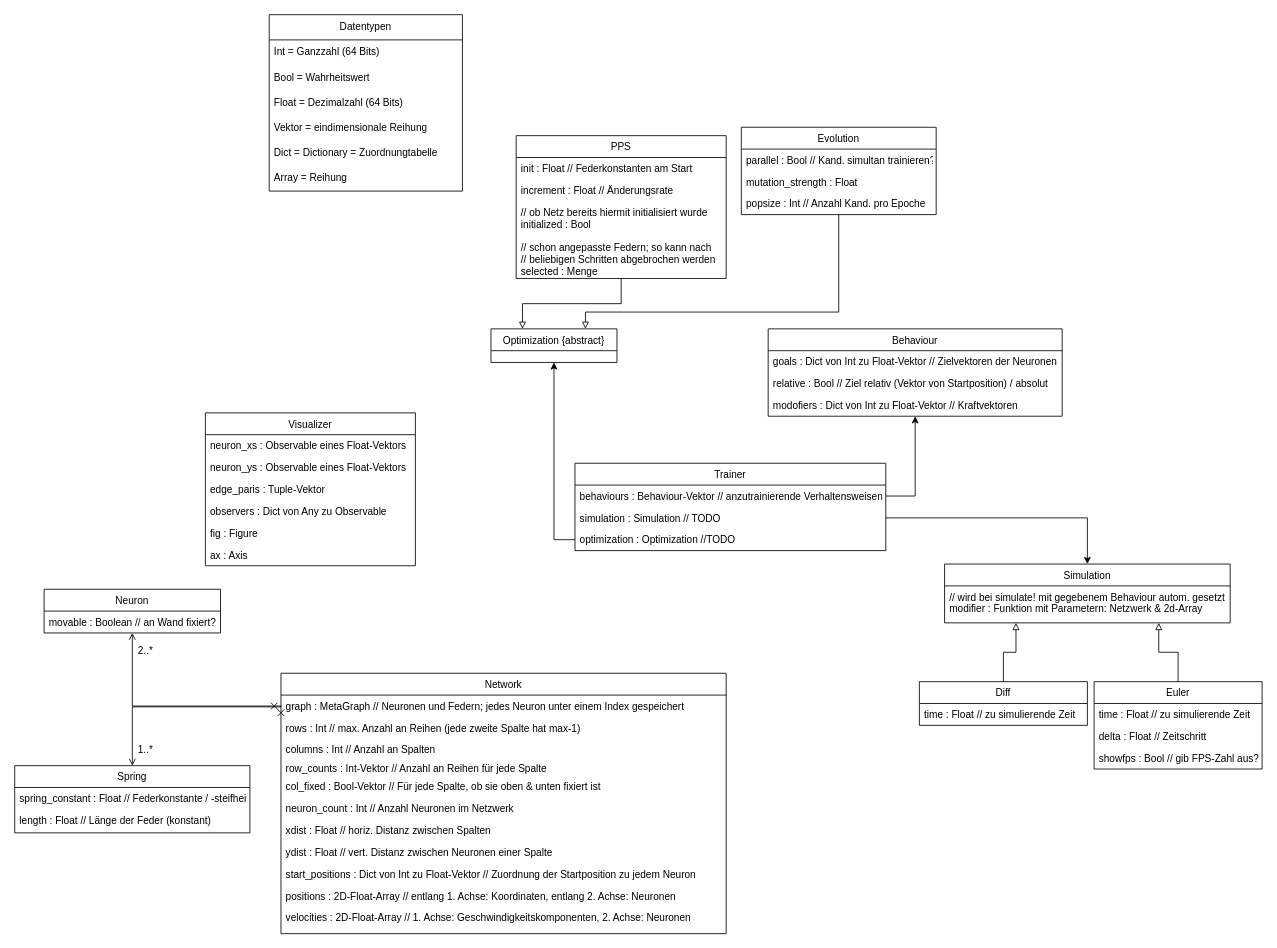
Before: page "Page-2" (2 of 3) of projektskizze/bilder/Unbenanntes Diagramm.drawio in Alexander-Reimer/Simulation-of-MNNs, a draw.io diagram. Source tidied: cells renumbered, new cells numbered last; positions are measured from the earlier drawing's top-left corner, leaving out a move shared by most shapes. Both pictures are drawn from the tidied source at 84%, with x=0, y=0 at pixel (14, 14).
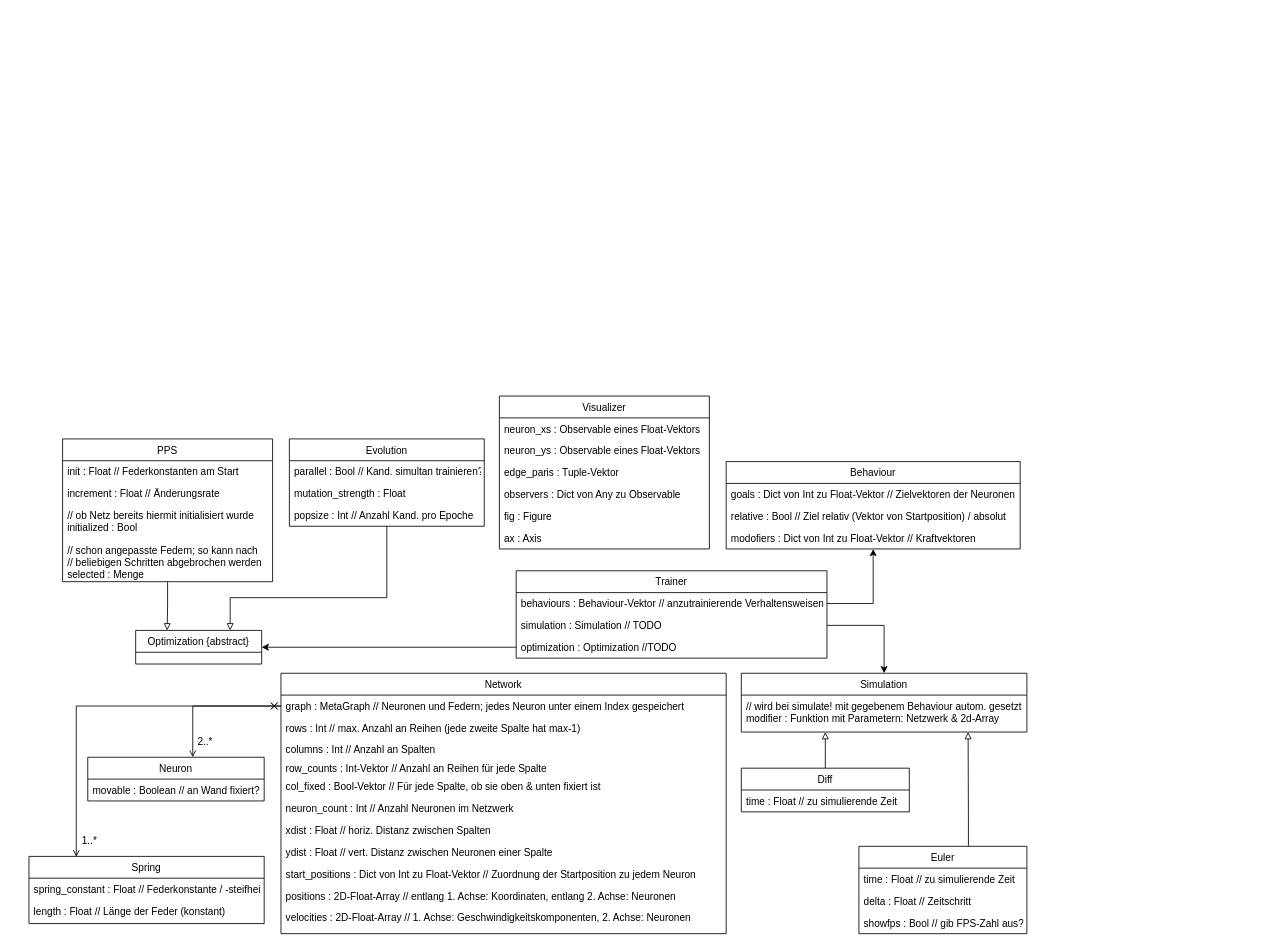
The same diagram, later.

Unchanged cells that the change refers to:
```xml
<mxCell id="3" value="graph : MetaGraph // Neuronen und Federn; jedes Neuron unter einem Index gespeichert" style="text;align=left;verticalAlign=top;spacingLeft=4;spacingRight=4;overflow=hidden;points=[[0,0.5],[1,0.5]];portConstraint=eastwest;" parent="2" vertex="1">
  <mxGeometry y="26" width="530" height="26" as="geometry" />
</mxCell>
<mxCell id="39" value="optimization : Optimization //TODO" style="text;align=left;verticalAlign=top;spacingLeft=4;spacingRight=4;overflow=hidden;points=[[0,0.5],[1,0.5]];portConstraint=eastwest;" parent="36" vertex="1">
  <mxGeometry y="78" width="370" height="26" as="geometry" />
</mxCell>
<mxCell id="58" value=" // schon angepasste Federn; so kann nach&#10;// beliebigen Schritten abgebrochen werden&#10;selected : Menge" style="text;align=left;verticalAlign=top;spacingLeft=4;spacingRight=4;overflow=hidden;points=[[0,0.5],[1,0.5]];portConstraint=eastwest;" parent="54" vertex="1">
  <mxGeometry y="120" width="250" height="50" as="geometry" />
</mxCell>
```

What changed in the source:
```diff
@@
     <mxCell id="14" value="Neuron" style="swimlane;fontStyle=0;align=center;verticalAlign=top;horizontal=1;startSize=26;rounded=0;shadow=0;strokeWidth=1;" parent="1" vertex="1">
-      <mxGeometry x="35" y="684" width="210" height="52" as="geometry" />
+      <mxGeometry x="87" y="884" width="210" height="52" as="geometry" />
     </mxCell>
@@
-    <mxCell id="16" style="endArrow=open;shadow=0;strokeWidth=1;rounded=0;endFill=1;edgeStyle=elbowEdgeStyle;elbow=vertical;startArrow=cross;startFill=0;exitX=0;exitY=0.5;exitDx=0;exitDy=0;entryX=0.5;entryY=1;entryDx=0;entryDy=0;" parent="1" edge="1" source="3" target="14">
+    <mxCell id="16" style="endArrow=open;shadow=0;strokeWidth=1;rounded=0;endFill=1;edgeStyle=elbowEdgeStyle;elbow=vertical;startArrow=cross;startFill=0;exitX=0;exitY=0.5;exitDx=0;exitDy=0;" parent="1" edge="1" source="3">
       <mxGeometry x="0.5" y="41" relative="1" as="geometry">
+        <mxPoint x="212" y="884" as="targetPoint" />
         <Array as="points">
           <mxPoint x="277" y="823" />
         </Array>
         <mxPoint x="-40" y="32" as="offset" />
       </mxGeometry>
     </mxCell>
@@
     <mxCell id="18" value="2..*" style="align=right;verticalAlign=bottom;labelBackgroundColor=none;fontSize=12;" parent="16" vertex="1">
       <mxGeometry x="1" relative="1" as="geometry">
-        <mxPoint x="26" y="30" as="offset" />
+        <mxPoint x="25" y="-10" as="offset" />
       </mxGeometry>
     </mxCell>
     <mxCell id="19" value="Spring" style="swimlane;fontStyle=0;align=center;verticalAlign=top;horizontal=1;startSize=26;rounded=0;shadow=0;strokeWidth=1;" parent="1" vertex="1">
-      <mxGeometry y="894" width="280" height="80" as="geometry" />
+      <mxGeometry x="17" y="1002" width="280" height="80" as="geometry" />
     </mxCell>
@@
-    <mxCell id="22" style="endArrow=open;shadow=0;strokeWidth=1;rounded=0;endFill=1;edgeStyle=elbowEdgeStyle;elbow=vertical;startArrow=cross;startFill=0;entryX=0.5;entryY=0;entryDx=0;entryDy=0;exitX=0;exitY=0.5;exitDx=0;exitDy=0;" parent="1" edge="1" source="3" target="19">
+    <mxCell id="22" style="endArrow=open;shadow=0;strokeWidth=1;rounded=0;endFill=1;edgeStyle=elbowEdgeStyle;elbow=vertical;startArrow=cross;startFill=0;entryX=0.201;entryY=0.008;entryDx=0;entryDy=0;entryPerimeter=0;" parent="1" edge="1" target="19">
       <mxGeometry x="0.5" y="41" relative="1" as="geometry">
+        <mxPoint x="317" y="823" as="sourcePoint" />
         <Array as="points">
-          <mxPoint x="237" y="824" />
+          <mxPoint x="207" y="823" />
         </Array>
         <mxPoint x="-40" y="32" as="offset" />
       </mxGeometry>
     </mxCell>
@@
-    <mxCell id="25" value="Datentypen" style="swimlane;fontStyle=0;horizontal=1;startSize=30;whiteSpace=wrap;html=1;" parent="1" vertex="1">
-      <mxGeometry x="303" width="230" height="210" as="geometry" />
-    </mxCell>
-    <mxCell id="26" value="Int = Ganzzahl (64 Bits)" style="text;strokeColor=none;fillColor=none;align=left;verticalAlign=middle;spacingLeft=4;spacingRight=4;overflow=hidden;whiteSpace=wrap;html=1;" parent="25" vertex="1">
-      <mxGeometry y="30" width="230" height="30" as="geometry" />
-    </mxCell>
-    <mxCell id="27" value="Bool = Wahrheitswert" style="text;strokeColor=none;fillColor=none;align=left;verticalAlign=middle;spacingLeft=4;spacingRight=4;overflow=hidden;whiteSpace=wrap;html=1;" parent="25" vertex="1">
-      <mxGeometry y="60" width="230" height="30" as="geometry" />
-    </mxCell>
-    <mxCell id="28" value="Float = Dezimalzahl (64 Bits)" style="text;strokeColor=none;fillColor=none;align=left;verticalAlign=middle;spacingLeft=4;spacingRight=4;overflow=hidden;whiteSpace=wrap;html=1;" parent="25" vertex="1">
-      <mxGeometry y="90" width="230" height="30" as="geometry" />
-    </mxCell>
-    <mxCell id="29" value="Vektor = eindimensionale Reihung" style="text;strokeColor=none;fillColor=none;align=left;verticalAlign=middle;spacingLeft=4;spacingRight=4;overflow=hidden;whiteSpace=wrap;html=1;" parent="25" vertex="1">
-      <mxGeometry y="120" width="230" height="30" as="geometry" />
-    </mxCell>
-    <mxCell id="30" value="Dict = Dictionary = Zuordnungtabelle" style="text;strokeColor=none;fillColor=none;align=left;verticalAlign=middle;spacingLeft=4;spacingRight=4;overflow=hidden;whiteSpace=wrap;html=1;" parent="25" vertex="1">
-      <mxGeometry y="150" width="230" height="30" as="geometry" />
-    </mxCell>
-    <mxCell id="31" value="Array = Reihung" style="text;strokeColor=none;fillColor=none;align=left;verticalAlign=middle;spacingLeft=4;spacingRight=4;overflow=hidden;whiteSpace=wrap;html=1;" parent="25" vertex="1">
-      <mxGeometry y="180" width="230" height="30" as="geometry" />
-    </mxCell>
     <mxCell id="32" value="Behaviour" style="swimlane;fontStyle=0;align=center;verticalAlign=top;horizontal=1;startSize=26;rounded=0;shadow=0;strokeWidth=1;" parent="1" vertex="1">
-      <mxGeometry x="897" y="374" width="350" height="104" as="geometry" />
+      <mxGeometry x="847" y="532" width="350" height="104" as="geometry" />
     </mxCell>
@@
     <mxCell id="36" value="Trainer" style="swimlane;fontStyle=0;align=center;verticalAlign=top;horizontal=1;startSize=26;rounded=0;shadow=0;strokeWidth=1;" parent="1" vertex="1">
-      <mxGeometry x="667" y="534" width="370" height="104" as="geometry" />
+      <mxGeometry x="597" y="662" width="370" height="104" as="geometry" />
     </mxCell>
@@
     <mxCell id="41" value="Simulation" style="swimlane;fontStyle=0;align=center;verticalAlign=top;horizontal=1;startSize=26;rounded=0;shadow=0;strokeWidth=1;" parent="1" vertex="1">
-      <mxGeometry x="1107" y="654" width="340" height="70" as="geometry" />
+      <mxGeometry x="865" y="784" width="340" height="70" as="geometry" />
     </mxCell>
@@
-    <mxCell id="43" style="edgeStyle=orthogonalEdgeStyle;rounded=0;jettySize=auto;html=1;exitX=0.5;exitY=0;exitDx=0;exitDy=0;entryX=0.25;entryY=1;entryDx=0;entryDy=0;endArrow=block;endFill=0;" parent="1" edge="1" source="44" target="41">
-      <mxGeometry relative="1" as="geometry" />
+    <mxCell id="43" style="edgeStyle=orthogonalEdgeStyle;rounded=0;jettySize=auto;html=1;exitX=0.5;exitY=0;exitDx=0;exitDy=0;endArrow=block;endFill=0;" parent="1" edge="1" source="44">
+      <mxGeometry relative="1" as="geometry">
+        <mxPoint x="965" y="854" as="targetPoint" />
+      </mxGeometry>
     </mxCell>
     <mxCell id="44" value="Diff" style="swimlane;fontStyle=0;align=center;verticalAlign=top;horizontal=1;startSize=26;rounded=0;shadow=0;strokeWidth=1;" parent="1" vertex="1">
-      <mxGeometry x="1077" y="794" width="200" height="52" as="geometry" />
+      <mxGeometry x="865" y="897" width="200" height="52" as="geometry" />
     </mxCell>
@@
     <mxCell id="46" value="Euler" style="swimlane;fontStyle=0;align=center;verticalAlign=top;horizontal=1;startSize=26;rounded=0;shadow=0;strokeWidth=1;" parent="1" vertex="1">
-      <mxGeometry x="1285" y="794" width="200" height="104" as="geometry" />
+      <mxGeometry x="1005" y="990" width="200" height="104" as="geometry" />
     </mxCell>
@@
-    <mxCell id="50" style="edgeStyle=orthogonalEdgeStyle;rounded=0;jettySize=auto;html=1;exitX=0.5;exitY=0;exitDx=0;exitDy=0;endArrow=block;endFill=0;entryX=0.75;entryY=1;entryDx=0;entryDy=0;" parent="1" edge="1" source="46" target="41">
-      <mxGeometry relative="1" as="geometry" />
+    <mxCell id="50" style="edgeStyle=orthogonalEdgeStyle;rounded=0;jettySize=auto;html=1;endArrow=block;endFill=0;exitX=0.652;exitY=-0.004;exitDx=0;exitDy=0;exitPerimeter=0;" parent="1" edge="1" source="46">
+      <mxGeometry relative="1" as="geometry">
+        <mxPoint x="1135" y="854" as="targetPoint" />
+        <Array as="points">
+          <mxPoint x="1135" y="960" />
+          <mxPoint x="1135" y="824" />
+        </Array>
+      </mxGeometry>
     </mxCell>
@@
     <mxCell id="52" value="Optimization {abstract}&#10;" style="swimlane;fontStyle=0;align=center;verticalAlign=top;horizontal=1;startSize=26;rounded=0;shadow=0;strokeWidth=1;" parent="1" vertex="1">
-      <mxGeometry x="567" y="374" width="150" height="40" as="geometry" />
+      <mxGeometry x="144" y="733" width="150" height="40" as="geometry" />
     </mxCell>
-    <mxCell id="53" style="edgeStyle=orthogonalEdgeStyle;rounded=0;jettySize=auto;html=1;exitX=0.5;exitY=1;exitDx=0;exitDy=0;entryX=0.25;entryY=0;entryDx=0;entryDy=0;endArrow=block;endFill=0;" parent="1" edge="1" source="54" target="52">
+    <mxCell id="53" style="edgeStyle=orthogonalEdgeStyle;rounded=0;jettySize=auto;html=1;exitX=0.5;exitY=1.008;exitDx=0;exitDy=0;entryX=0.25;entryY=0;entryDx=0;entryDy=0;endArrow=block;endFill=0;exitPerimeter=0;" parent="1" edge="1" source="58" target="52">
       <mxGeometry relative="1" as="geometry" />
     </mxCell>
     <mxCell id="54" value="PPS" style="swimlane;fontStyle=0;align=center;verticalAlign=top;horizontal=1;startSize=26;rounded=0;shadow=0;strokeWidth=1;" parent="1" vertex="1">
-      <mxGeometry x="597" y="144" width="250" height="170" as="geometry" />
+      <mxGeometry x="57" y="505" width="250" height="170" as="geometry" />
     </mxCell>
@@
     <mxCell id="59" value="Evolution" style="swimlane;fontStyle=0;align=center;verticalAlign=top;horizontal=1;startSize=26;rounded=0;shadow=0;strokeWidth=1;" parent="1" vertex="1">
-      <mxGeometry x="865" y="134" width="232" height="104" as="geometry" />
+      <mxGeometry x="327" y="505" width="232" height="104" as="geometry" />
     </mxCell>
@@
     <mxCell id="63" style="edgeStyle=orthogonalEdgeStyle;rounded=0;jettySize=auto;html=1;exitX=0.5;exitY=1;exitDx=0;exitDy=0;endArrow=block;endFill=0;entryX=0.75;entryY=0;entryDx=0;entryDy=0;" parent="1" edge="1" source="59" target="52">
       <mxGeometry relative="1" as="geometry">
         <Array as="points">
-          <mxPoint x="981" y="354" />
-          <mxPoint x="680" y="354" />
+          <mxPoint x="443" y="694" />
+          <mxPoint x="257" y="694" />
         </Array>
       </mxGeometry>
     </mxCell>
-    <mxCell id="64" style="edgeStyle=orthogonalEdgeStyle;rounded=0;jettySize=auto;html=1;exitX=0;exitY=0.5;exitDx=0;exitDy=0;entryX=0.5;entryY=1;entryDx=0;entryDy=0;" parent="1" edge="1" source="39" target="52">
+    <mxCell id="64" style="edgeStyle=orthogonalEdgeStyle;rounded=0;jettySize=auto;html=1;exitX=0;exitY=0.5;exitDx=0;exitDy=0;entryX=1;entryY=0.5;entryDx=0;entryDy=0;" parent="1" edge="1" source="39" target="52">
       <mxGeometry relative="1" as="geometry" />
     </mxCell>
     <mxCell id="65" value="Visualizer" style="swimlane;fontStyle=0;align=center;verticalAlign=top;horizontal=1;startSize=26;rounded=0;shadow=0;strokeWidth=1;" parent="1" vertex="1">
-      <mxGeometry x="227" y="474" width="250" height="182" as="geometry" />
+      <mxGeometry x="577" y="454" width="250" height="182" as="geometry" />
     </mxCell>
```
